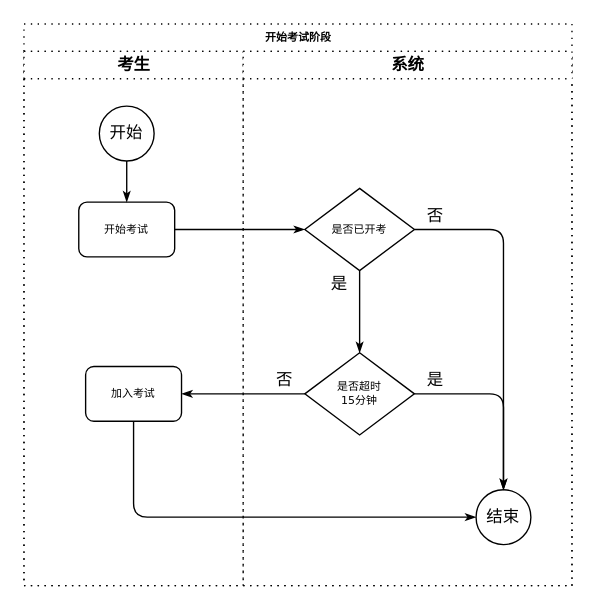
Earlier version of the draw.io diagram page "开始考试阶段" (4 of 7) of BaHomework-ExamSys.drawio (Vaycent/MyDiagrams). Source tidied: cells renumbered, new cells numbered last; positions are measured from the earlier drawing's top-left corner, leaving out a move shared by most shapes. Both pictures are drawn from the tidied source at 137%, with x=0, y=0 at pixel (23, 23).
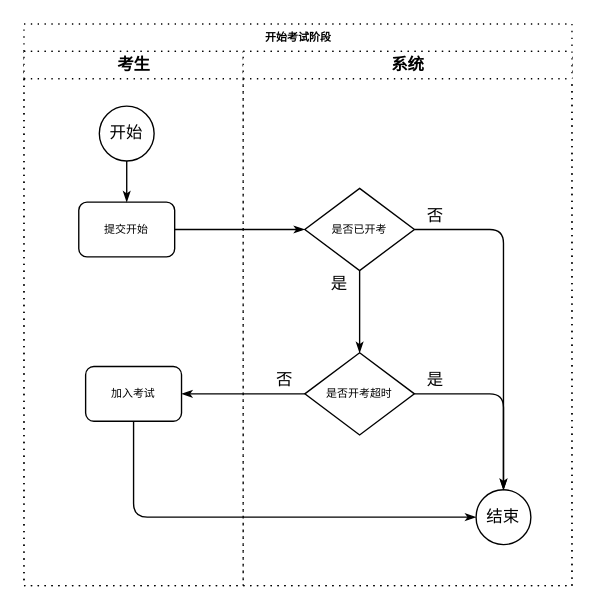
After the change.

Unchanged cells that the change refers to:
```xml
<mxCell id="3" value="考生" style="swimlane;html=1;startSize=20;dashed=1;dashPattern=1 4;" parent="2" vertex="1">
  <mxGeometry y="20" width="160" height="390" as="geometry" />
</mxCell>
<mxCell id="14" value="系统" style="swimlane;html=1;startSize=20;dashed=1;dashPattern=1 4;" parent="2" vertex="1">
  <mxGeometry x="160" y="20" width="240" height="390" as="geometry" />
</mxCell>
```

The edit, as a diff of the source:
```diff
@@
-    <mxCell id="5" value="开始考试" style="rounded=1;whiteSpace=wrap;html=1;shadow=0;labelBackgroundColor=none;strokeWidth=1;fontFamily=Verdana;fontSize=8;align=center;" parent="3" vertex="1">
+    <mxCell id="5" value="提交开始" style="rounded=1;whiteSpace=wrap;html=1;shadow=0;labelBackgroundColor=none;strokeWidth=1;fontFamily=Verdana;fontSize=8;align=center;" parent="3" vertex="1">
       <mxGeometry x="40" y="110" width="70" height="40" as="geometry" />
     </mxCell>
@@
-    <mxCell id="20" value="是否超时&lt;br&gt;15分钟" style="rhombus;whiteSpace=wrap;html=1;rounded=0;shadow=0;labelBackgroundColor=none;strokeWidth=1;fontFamily=Verdana;fontSize=8;align=center;" parent="14" vertex="1">
+    <mxCell id="20" value="是否开考超时" style="rhombus;whiteSpace=wrap;html=1;rounded=0;shadow=0;labelBackgroundColor=none;strokeWidth=1;fontFamily=Verdana;fontSize=8;align=center;" parent="14" vertex="1">
       <mxGeometry x="45" y="220" width="80" height="60" as="geometry" />
     </mxCell>
```
